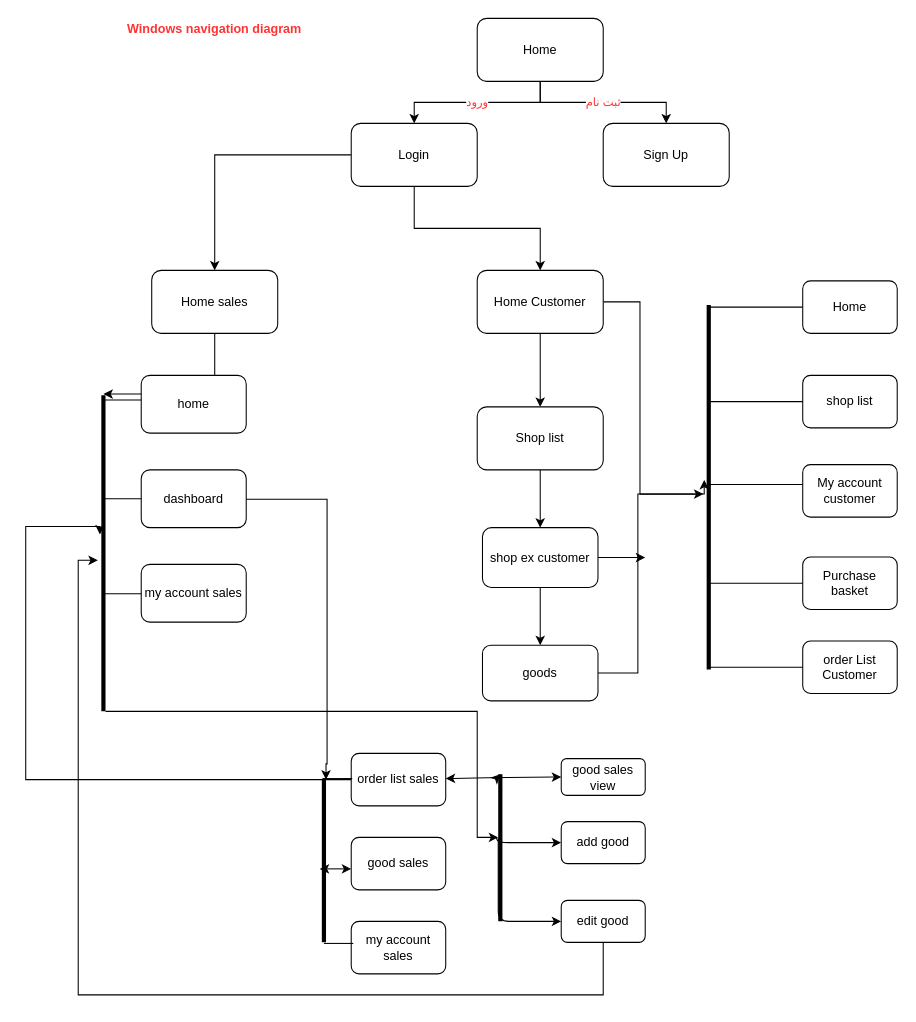
Above: docs/Windows Navigation Diagram.drawio in marketplus95/marketplus95 (draw.io), before the change. Source tidied: cells renumbered, new cells numbered last; positions are measured from the earlier drawing's top-left corner, leaving out a move shared by most shapes. Both pictures are drawn from the tidied source at 105%, with x=0, y=0 at pixel (25, 18).
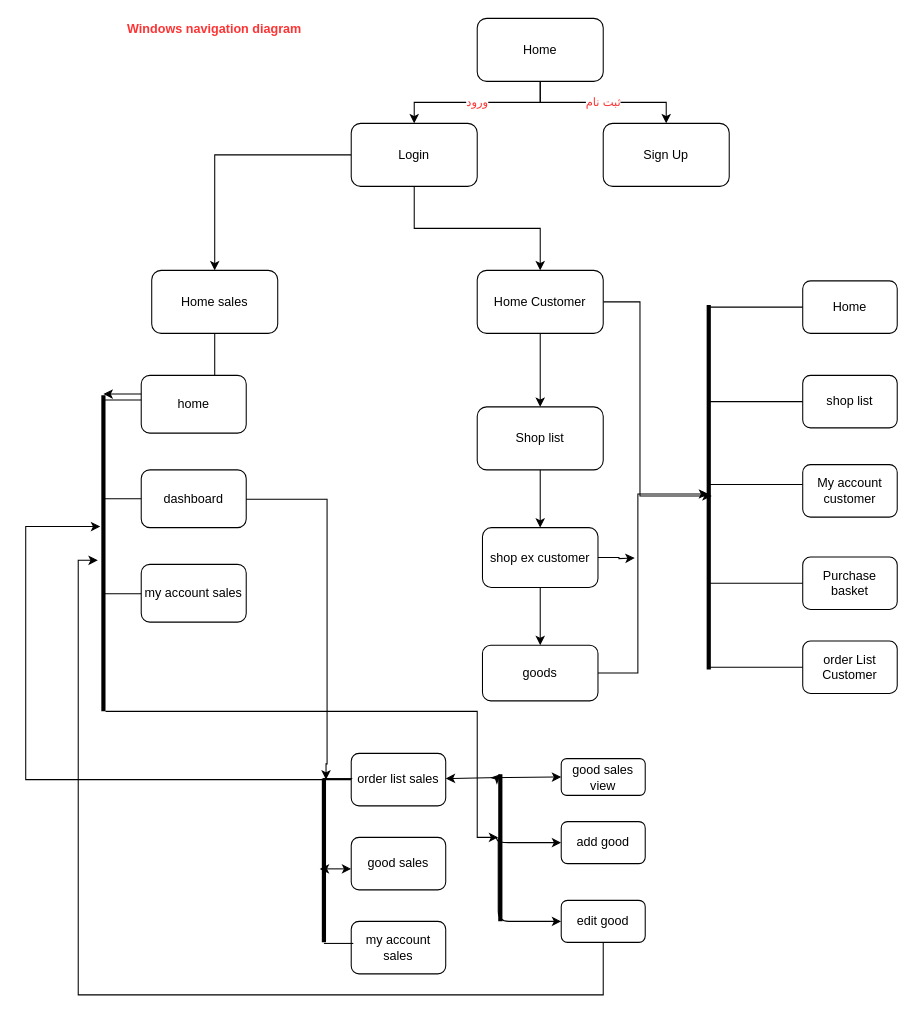
Above is the later version.

Unchanged cells that the change refers to:
```xml
<mxCell id="11" value="Home Customer" style="rounded=1;whiteSpace=wrap;html=1;" parent="1" vertex="1">
  <mxGeometry x="430" y="240" width="120" height="60" as="geometry" />
</mxCell>
<mxCell id="16" style="line;strokeWidth=4;fillColor=none;align=left;verticalAlign=middle;spacingTop=-1;spacingLeft=3;spacingRight=3;labelPosition=right;points=[];portConstraint=eastwest;fontSize=12;flipV=1;flipH=0;direction=south;" parent="1" vertex="1">
  <mxGeometry x="620" y="273" width="61" height="347" as="geometry" />
</mxCell>
<mxCell id="29" value="shop ex customer" style="rounded=1;whiteSpace=wrap;html=1;" parent="1" vertex="1">
  <mxGeometry x="435" y="485" width="110" height="57" as="geometry" />
</mxCell>
<mxCell id="31" value="goods" style="rounded=1;whiteSpace=wrap;html=1;" parent="1" vertex="1">
  <mxGeometry x="435" y="597" width="110" height="53" as="geometry" />
</mxCell>
<mxCell id="32" style="line;strokeWidth=4;fillColor=none;align=left;verticalAlign=middle;spacingTop=-1;spacingLeft=3;spacingRight=3;labelPosition=right;points=[];portConstraint=eastwest;fontSize=12;direction=south;" parent="1" vertex="1">
  <mxGeometry x="70" y="359" width="8" height="301" as="geometry" />
</mxCell>
<mxCell id="43" value="order list sales" style="rounded=1;whiteSpace=wrap;html=1;" parent="1" vertex="1">
  <mxGeometry x="310" y="700" width="90" height="50" as="geometry" />
</mxCell>
```

Diff of the diagram source:
```diff
@@
-    <mxCell id="10" style="edgeStyle=orthogonalEdgeStyle;rounded=0;jettySize=auto;html=1;entryX=0.481;entryY=0.584;entryDx=0;entryDy=0;entryPerimeter=0;" parent="1" edge="1" source="11" target="16">
+    <mxCell id="10" style="edgeStyle=orthogonalEdgeStyle;rounded=0;jettySize=auto;html=1;entryX=0.476;entryY=0.454;entryDx=0;entryDy=0;entryPerimeter=0;" parent="1" edge="1" source="11" target="16">
       <mxGeometry relative="1" as="geometry" />
     </mxCell>
@@
     <mxCell id="28" style="edgeStyle=orthogonalEdgeStyle;rounded=0;jettySize=auto;html=1;" parent="1" edge="1" source="29">
       <mxGeometry relative="1" as="geometry">
-        <mxPoint x="590" y="513.5" as="targetPoint" />
+        <mxPoint x="580" y="514" as="targetPoint" />
       </mxGeometry>
     </mxCell>
@@
-    <mxCell id="30" style="edgeStyle=orthogonalEdgeStyle;rounded=0;jettySize=auto;html=1;exitX=1;exitY=0.5;exitDx=0;exitDy=0;entryX=0.52;entryY=0.571;entryDx=0;entryDy=0;entryPerimeter=0;" parent="1" edge="1" source="31" target="16">
+    <mxCell id="30" style="edgeStyle=orthogonalEdgeStyle;rounded=0;jettySize=auto;html=1;exitX=1;exitY=0.5;exitDx=0;exitDy=0;" parent="1" edge="1" source="31">
       <mxGeometry relative="1" as="geometry">
+        <mxPoint x="650" y="453" as="targetPoint" />
         <Array as="points">
           <mxPoint x="583" y="624" />
           <mxPoint x="583" y="453" />
         </Array>
       </mxGeometry>
     </mxCell>
@@
-    <mxCell id="42" style="edgeStyle=orthogonalEdgeStyle;rounded=0;jettySize=auto;html=1;entryX=0.44;entryY=0.917;entryDx=0;entryDy=0;entryPerimeter=0;exitX=0.5;exitY=0;exitDx=0;exitDy=0;" parent="1" edge="1" source="43" target="32">
+    <mxCell id="42" style="edgeStyle=orthogonalEdgeStyle;rounded=0;jettySize=auto;html=1;exitX=0.5;exitY=0;exitDx=0;exitDy=0;" parent="1" edge="1" source="43">
       <mxGeometry relative="1" as="geometry">
+        <mxPoint x="71" y="484" as="targetPoint" />
         <Array as="points">
           <mxPoint x="355" y="725" />
           <mxPoint y="725" />
           <mxPoint y="484" />
         </Array>
       </mxGeometry>
     </mxCell>
```
